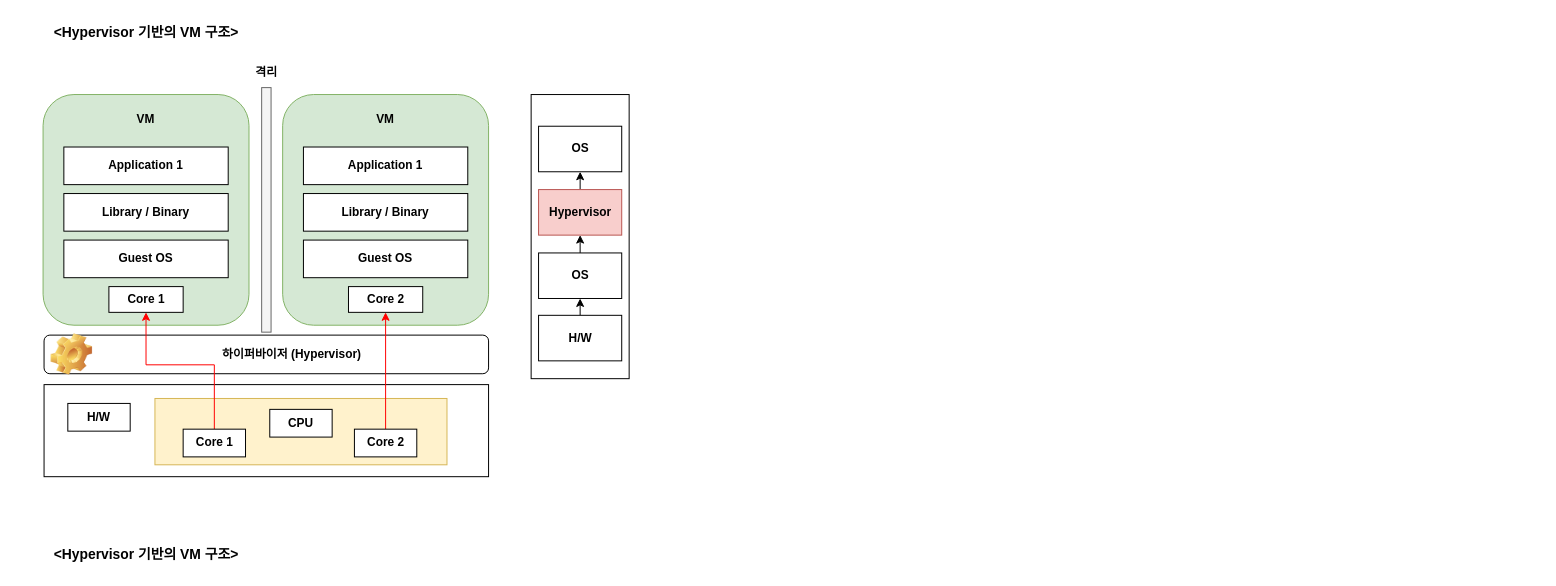
The draw.io diagram io/Build_Server_Comparing.drawio in Jiwon-lee-me/cicd-web-project, before the edit. Source tidied: cells renumbered, new cells numbered last; positions are measured from the earlier drawing's top-left corner, leaving out a move shared by most shapes. Both pictures are drawn from the tidied source at 99%, with x=0, y=0 at pixel (17, 17).
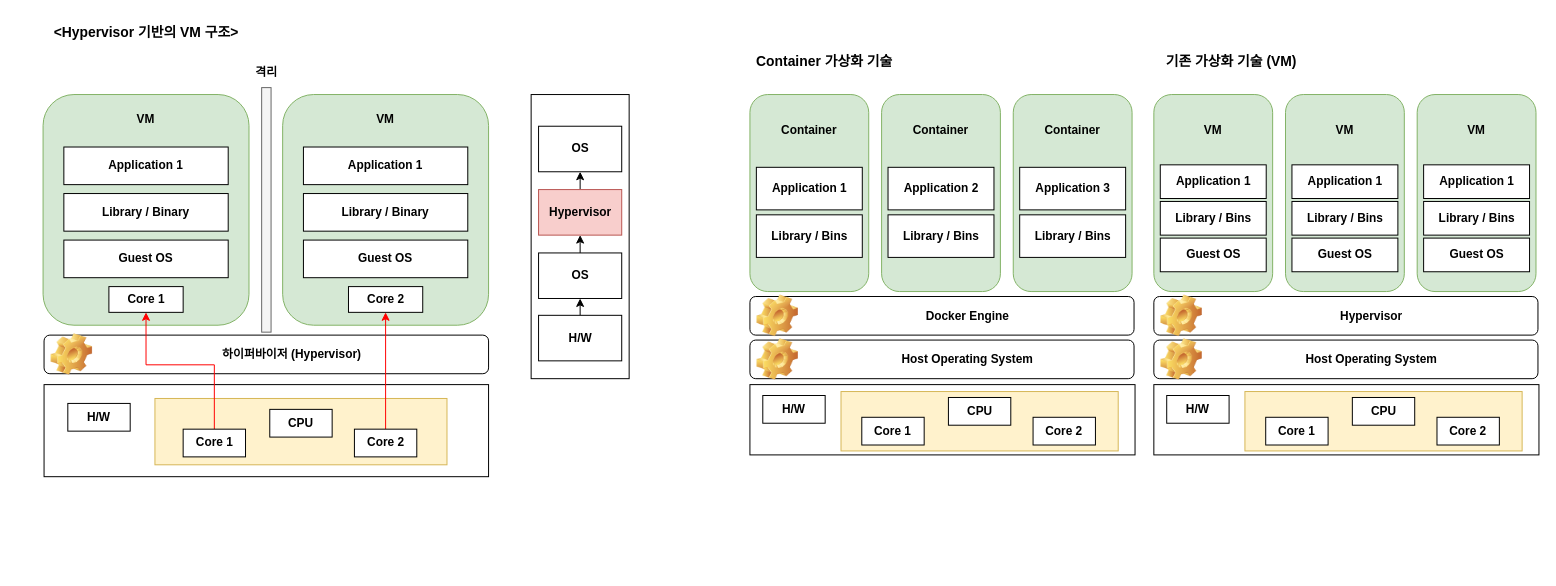
Above is the later version.

What changed in the source:
```diff
@@
-    <mxCell id="34" value="&lt;b&gt;&lt;font style=&quot;font-size: 14px;&quot;&gt;&amp;lt;Hypervisor 기반의 VM 구조&amp;gt;&lt;/font&gt;&lt;/b&gt;" style="text;html=1;strokeColor=none;fillColor=none;align=center;verticalAlign=middle;whiteSpace=wrap;rounded=0;" parent="1" vertex="1">
-      <mxGeometry x="-0.2" y="528" width="260.5" height="30" as="geometry" />
-    </mxCell>
+    <mxCell id="35" style="rounded=1;whiteSpace=wrap;html=1;fillColor=#d5e8d4;strokeColor=#82b366;" parent="1" vertex="1">
+      <mxGeometry x="740" y="78" width="120" height="199" as="geometry" />
+    </mxCell>
+    <mxCell id="36" style="rounded=1;whiteSpace=wrap;html=1;fillColor=#d5e8d4;strokeColor=#82b366;" parent="1" vertex="1">
+      <mxGeometry x="873" y="78" width="120" height="199" as="geometry" />
+    </mxCell>
+    <mxCell id="37" style="rounded=1;whiteSpace=wrap;html=1;fillColor=#d5e8d4;strokeColor=#82b366;" parent="1" vertex="1">
+      <mxGeometry x="1006" y="78" width="120" height="199" as="geometry" />
+    </mxCell>
+    <mxCell id="38" value="Application 1" style="rounded=0;whiteSpace=wrap;html=1;fontStyle=1;" parent="1" vertex="1">
+      <mxGeometry x="746.5" y="151.5" width="107" height="43" as="geometry" />
+    </mxCell>
+    <mxCell id="39" value="Library / Bins" style="rounded=0;whiteSpace=wrap;html=1;fontStyle=1;" parent="1" vertex="1">
+      <mxGeometry x="746.5" y="199.5" width="107" height="43" as="geometry" />
+    </mxCell>
+    <mxCell id="40" value="Application 2" style="rounded=0;whiteSpace=wrap;html=1;fontStyle=1;" parent="1" vertex="1">
+      <mxGeometry x="879.5" y="151.5" width="107" height="43" as="geometry" />
+    </mxCell>
+    <mxCell id="41" value="Library / Bins" style="rounded=0;whiteSpace=wrap;html=1;fontStyle=1;" parent="1" vertex="1">
+      <mxGeometry x="879.5" y="199.5" width="107" height="43" as="geometry" />
+    </mxCell>
+    <mxCell id="42" value="Application 3" style="rounded=0;whiteSpace=wrap;html=1;fontStyle=1;" parent="1" vertex="1">
+      <mxGeometry x="1012.5" y="151.5" width="107" height="43" as="geometry" />
+    </mxCell>
+    <mxCell id="43" value="Library / Bins" style="rounded=0;whiteSpace=wrap;html=1;fontStyle=1;" parent="1" vertex="1">
+      <mxGeometry x="1012.5" y="199.5" width="107" height="43" as="geometry" />
+    </mxCell>
+    <mxCell id="44" value="Container" style="text;html=1;strokeColor=none;fillColor=none;align=center;verticalAlign=middle;whiteSpace=wrap;rounded=0;fontStyle=1;" parent="1" vertex="1">
+      <mxGeometry x="770" y="99" width="60" height="30" as="geometry" />
+    </mxCell>
+    <mxCell id="45" value="Container" style="text;html=1;strokeColor=none;fillColor=none;align=center;verticalAlign=middle;whiteSpace=wrap;rounded=0;fontStyle=1;" parent="1" vertex="1">
+      <mxGeometry x="903" y="99" width="60" height="30" as="geometry" />
+    </mxCell>
+    <mxCell id="46" value="Container" style="text;html=1;strokeColor=none;fillColor=none;align=center;verticalAlign=middle;whiteSpace=wrap;rounded=0;fontStyle=1;" parent="1" vertex="1">
+      <mxGeometry x="1036" y="99" width="60" height="30" as="geometry" />
+    </mxCell>
+    <mxCell id="47" value="Docker Engine" style="label;whiteSpace=wrap;html=1;image=img/clipart/Gear_128x128.png;align=center;" parent="1" vertex="1">
+      <mxGeometry x="740" y="282" width="388" height="39" as="geometry" />
+    </mxCell>
+    <mxCell id="48" value="Host Operating System" style="label;whiteSpace=wrap;html=1;image=img/clipart/Gear_128x128.png;align=center;" parent="1" vertex="1">
+      <mxGeometry x="740" y="326" width="388" height="39" as="geometry" />
+    </mxCell>
+    <mxCell id="49" style="rounded=0;whiteSpace=wrap;html=1;" parent="1" vertex="1">
+      <mxGeometry x="740" y="371" width="389" height="71" as="geometry" />
+    </mxCell>
+    <mxCell id="50" style="rounded=0;whiteSpace=wrap;html=1;fillColor=#fff2cc;strokeColor=#d6b656;" parent="1" vertex="1">
+      <mxGeometry x="832" y="378" width="280" height="60" as="geometry" />
+    </mxCell>
+    <mxCell id="51" value="&lt;b&gt;H/W&lt;/b&gt;" style="rounded=0;whiteSpace=wrap;html=1;" parent="1" vertex="1">
+      <mxGeometry x="753" y="382" width="63" height="28" as="geometry" />
+    </mxCell>
+    <mxCell id="52" value="&lt;b&gt;Core 1&lt;/b&gt;" style="rounded=0;whiteSpace=wrap;html=1;" parent="1" vertex="1">
+      <mxGeometry x="853" y="404" width="63" height="28" as="geometry" />
+    </mxCell>
+    <mxCell id="53" value="&lt;b&gt;Core 2&lt;/b&gt;" style="rounded=0;whiteSpace=wrap;html=1;" parent="1" vertex="1">
+      <mxGeometry x="1026" y="404" width="63" height="28" as="geometry" />
+    </mxCell>
+    <mxCell id="54" value="&lt;b&gt;CPU&lt;/b&gt;" style="rounded=0;whiteSpace=wrap;html=1;" parent="1" vertex="1">
+      <mxGeometry x="940.5" y="384" width="63" height="28" as="geometry" />
+    </mxCell>
+    <mxCell id="55" style="rounded=1;whiteSpace=wrap;html=1;fillColor=#d5e8d4;strokeColor=#82b366;" parent="1" vertex="1">
+      <mxGeometry x="1148" y="78" width="120" height="199" as="geometry" />
+    </mxCell>
+    <mxCell id="56" style="rounded=1;whiteSpace=wrap;html=1;fillColor=#d5e8d4;strokeColor=#82b366;" parent="1" vertex="1">
+      <mxGeometry x="1281" y="78" width="120" height="199" as="geometry" />
+    </mxCell>
+    <mxCell id="57" style="rounded=1;whiteSpace=wrap;html=1;fillColor=#d5e8d4;strokeColor=#82b366;" parent="1" vertex="1">
+      <mxGeometry x="1414" y="78" width="120" height="199" as="geometry" />
+    </mxCell>
+    <mxCell id="58" value="Application 1" style="rounded=0;whiteSpace=wrap;html=1;fontStyle=1;" parent="1" vertex="1">
+      <mxGeometry x="1154.5" y="149" width="107" height="34" as="geometry" />
+    </mxCell>
+    <mxCell id="59" value="VM" style="text;html=1;strokeColor=none;fillColor=none;align=center;verticalAlign=middle;whiteSpace=wrap;rounded=0;fontStyle=1;" parent="1" vertex="1">
+      <mxGeometry x="1178" y="99" width="60" height="30" as="geometry" />
+    </mxCell>
+    <mxCell id="60" value="VM" style="text;html=1;strokeColor=none;fillColor=none;align=center;verticalAlign=middle;whiteSpace=wrap;rounded=0;fontStyle=1;" parent="1" vertex="1">
+      <mxGeometry x="1311" y="99" width="60" height="30" as="geometry" />
+    </mxCell>
+    <mxCell id="61" value="VM" style="text;html=1;strokeColor=none;fillColor=none;align=center;verticalAlign=middle;whiteSpace=wrap;rounded=0;fontStyle=1;" parent="1" vertex="1">
+      <mxGeometry x="1444" y="99" width="60" height="30" as="geometry" />
+    </mxCell>
+    <mxCell id="62" value="Hypervisor" style="label;whiteSpace=wrap;html=1;image=img/clipart/Gear_128x128.png;align=center;" parent="1" vertex="1">
+      <mxGeometry x="1148" y="282" width="388" height="39" as="geometry" />
+    </mxCell>
+    <mxCell id="63" value="Host Operating System" style="label;whiteSpace=wrap;html=1;image=img/clipart/Gear_128x128.png;align=center;" parent="1" vertex="1">
+      <mxGeometry x="1148" y="326" width="388" height="39" as="geometry" />
+    </mxCell>
+    <mxCell id="64" style="rounded=0;whiteSpace=wrap;html=1;" parent="1" vertex="1">
+      <mxGeometry x="1148" y="371" width="389" height="71" as="geometry" />
+    </mxCell>
+    <mxCell id="65" style="rounded=0;whiteSpace=wrap;html=1;fillColor=#fff2cc;strokeColor=#d6b656;" parent="1" vertex="1">
+      <mxGeometry x="1240" y="378" width="280" height="60" as="geometry" />
+    </mxCell>
+    <mxCell id="66" value="&lt;b&gt;H/W&lt;/b&gt;" style="rounded=0;whiteSpace=wrap;html=1;" parent="1" vertex="1">
+      <mxGeometry x="1161" y="382" width="63" height="28" as="geometry" />
+    </mxCell>
+    <mxCell id="67" value="&lt;b&gt;Core 1&lt;/b&gt;" style="rounded=0;whiteSpace=wrap;html=1;" parent="1" vertex="1">
+      <mxGeometry x="1261" y="404" width="63" height="28" as="geometry" />
+    </mxCell>
+    <mxCell id="68" value="&lt;b&gt;Core 2&lt;/b&gt;" style="rounded=0;whiteSpace=wrap;html=1;" parent="1" vertex="1">
+      <mxGeometry x="1434" y="404" width="63" height="28" as="geometry" />
+    </mxCell>
+    <mxCell id="69" value="&lt;b&gt;CPU&lt;/b&gt;" style="rounded=0;whiteSpace=wrap;html=1;" parent="1" vertex="1">
+      <mxGeometry x="1348.5" y="384" width="63" height="28" as="geometry" />
+    </mxCell>
+    <mxCell id="70" value="Library / Bins" style="rounded=0;whiteSpace=wrap;html=1;fontStyle=1;" parent="1" vertex="1">
+      <mxGeometry x="1154.5" y="186" width="107" height="34" as="geometry" />
+    </mxCell>
+    <mxCell id="71" value="Guest OS" style="rounded=0;whiteSpace=wrap;html=1;fontStyle=1;" parent="1" vertex="1">
+      <mxGeometry x="1154.5" y="223" width="107" height="34" as="geometry" />
+    </mxCell>
+    <mxCell id="72" value="Application 1" style="rounded=0;whiteSpace=wrap;html=1;fontStyle=1;" parent="1" vertex="1">
+      <mxGeometry x="1287.5" y="149" width="107" height="34" as="geometry" />
+    </mxCell>
+    <mxCell id="73" value="Library / Bins" style="rounded=0;whiteSpace=wrap;html=1;fontStyle=1;" parent="1" vertex="1">
+      <mxGeometry x="1287.5" y="186" width="107" height="34" as="geometry" />
+    </mxCell>
+    <mxCell id="74" value="Guest OS" style="rounded=0;whiteSpace=wrap;html=1;fontStyle=1;" parent="1" vertex="1">
+      <mxGeometry x="1287.5" y="223" width="107" height="34" as="geometry" />
+    </mxCell>
+    <mxCell id="75" value="Application 1" style="rounded=0;whiteSpace=wrap;html=1;fontStyle=1;" parent="1" vertex="1">
+      <mxGeometry x="1420.5" y="149" width="107" height="34" as="geometry" />
+    </mxCell>
+    <mxCell id="76" value="Library / Bins" style="rounded=0;whiteSpace=wrap;html=1;fontStyle=1;" parent="1" vertex="1">
+      <mxGeometry x="1420.5" y="186" width="107" height="34" as="geometry" />
+    </mxCell>
+    <mxCell id="77" value="Guest OS" style="rounded=0;whiteSpace=wrap;html=1;fontStyle=1;" parent="1" vertex="1">
+      <mxGeometry x="1420.5" y="223" width="107" height="34" as="geometry" />
+    </mxCell>
+    <mxCell id="78" value="&lt;span style=&quot;font-size: 14px;&quot;&gt;&lt;b&gt;Container 가상화 기술&lt;/b&gt;&lt;/span&gt;" style="text;html=1;strokeColor=none;fillColor=none;align=center;verticalAlign=middle;whiteSpace=wrap;rounded=0;" parent="1" vertex="1">
+      <mxGeometry x="685" y="30" width="260.5" height="30" as="geometry" />
+    </mxCell>
+    <mxCell id="79" value="&lt;span style=&quot;font-size: 14px;&quot;&gt;&lt;b&gt;기존 가상화 기술 (VM)&lt;/b&gt;&lt;/span&gt;" style="text;html=1;strokeColor=none;fillColor=none;align=center;verticalAlign=middle;whiteSpace=wrap;rounded=0;" parent="1" vertex="1">
+      <mxGeometry x="1096" y="30" width="260.5" height="30" as="geometry" />
+    </mxCell>
+    <mxCell id="80" style="edgeStyle=orthogonalEdgeStyle;rounded=0;orthogonalLoop=1;jettySize=auto;html=1;exitX=0.5;exitY=1;exitDx=0;exitDy=0;fillColor=#d5e8d4;strokeColor=#82b366;" parent="1" edge="1" source="35" target="35">
+      <mxGeometry relative="1" as="geometry" />
+    </mxCell>
```
